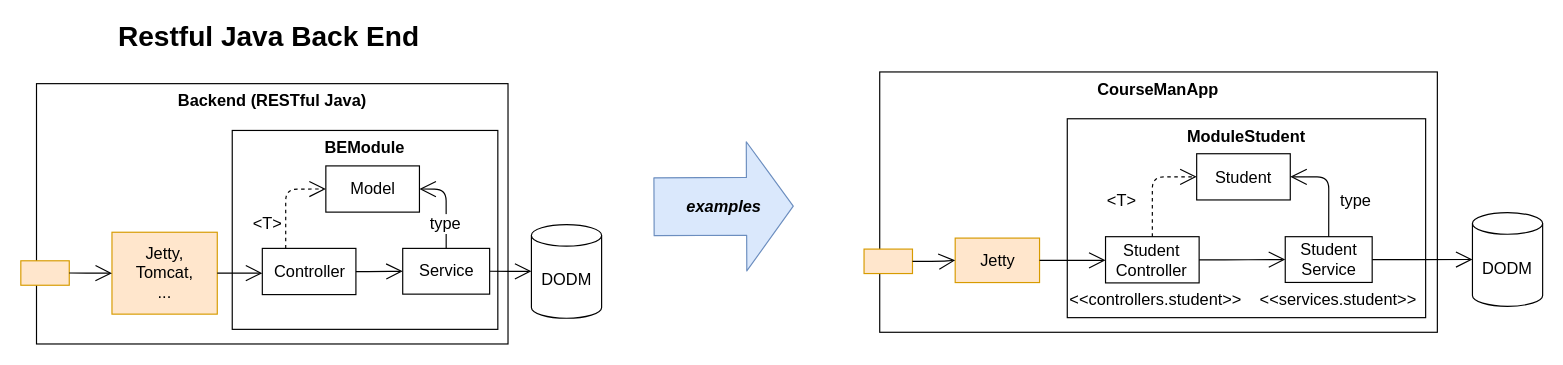
The draw.io diagram page "^RbeJava" (3 of 12) of modules/restfstool/docs/design/restfstool-design.drawio in jdomainapp/jda, before the edit. Source tidied: cells renumbered, new cells numbered last; positions are measured from the earlier drawing's top-left corner, leaving out a move shared by most shapes. Both pictures are drawn from the tidied source at 117%, with x=0, y=0 at pixel (20, 25).
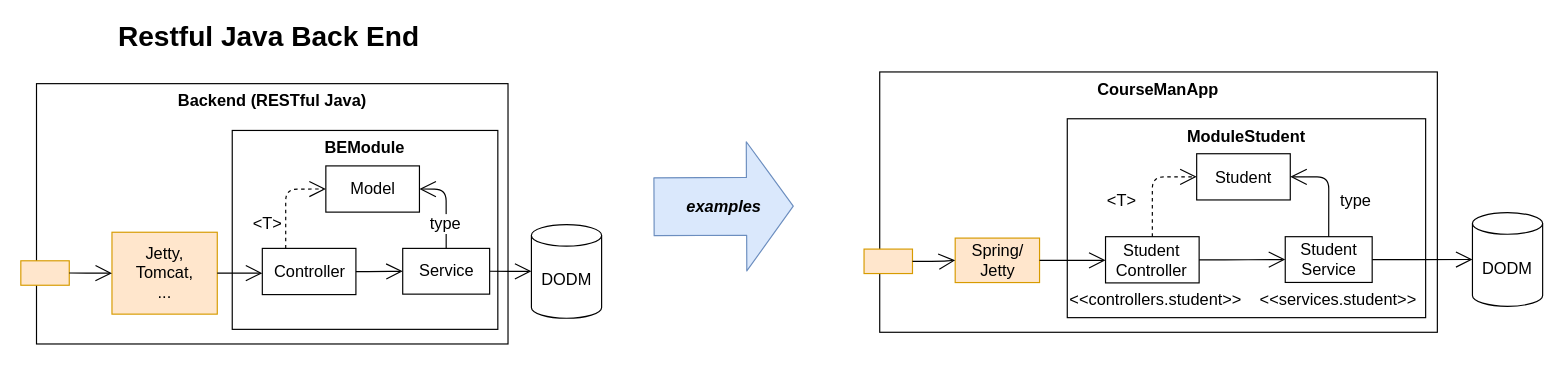
Above is the later version.

Diff of the diagram source:
```diff
@@
-    <mxCell id="23" value="Jetty" style="html=1;labelBackgroundColor=none;fontSize=14;fillColor=#ffe6cc;strokeColor=#d79b00;" parent="1" vertex="1">
+    <mxCell id="23" value="Spring/&lt;br&gt;Jetty" style="html=1;labelBackgroundColor=none;fontSize=14;fillColor=#ffe6cc;strokeColor=#d79b00;" parent="1" vertex="1">
       <mxGeometry x="798.9" y="182" width="72.1" height="38" as="geometry" />
     </mxCell>
```
